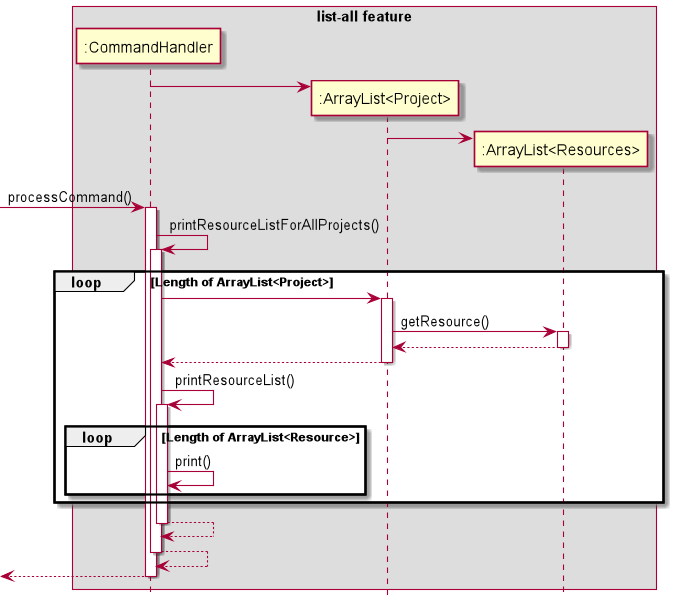
This is docs/puml_img/list-allfinal.png from s-t-e-f/tp, a PlantUML export, as it was before one commit.
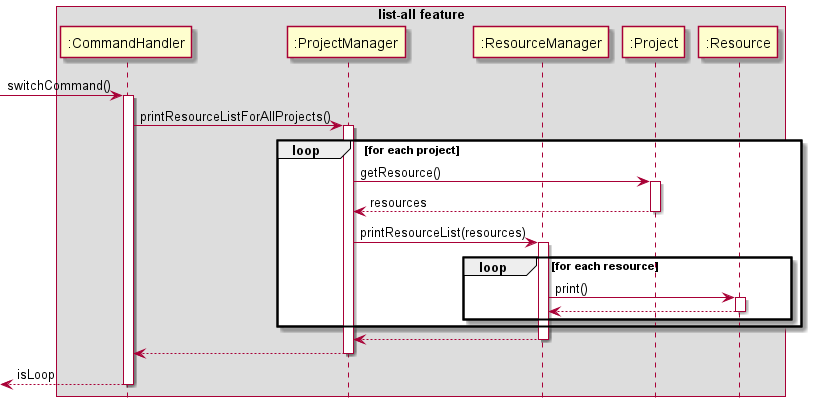
The same diagram one commit later.

Commit message:
Improve list-all sequence diagram.

The edit, as a diff of the source:
```diff
@@ -2,39 +2,31 @@
 hide footbox
 box list-all feature
 participant ":CommandHandler" as CH
-participant ":ArrayList<Project>" as PA
-participant ":ArrayList<Resources>" as RA
+participant ":ProjectManager" as PM
+participant ":ResourceManager" as RM
+participant ":Project" as P
+participant ":Resource" as R
 
-
-create PA
-CH -> PA
-
-create RA
-PA -> RA
-
-[-> CH: processCommand()
+[-> CH: switchCommand()
 activate CH
 
-CH -> CH: printResourceListForAllProjects()
-activate CH
+CH -> PM: printResourceListForAllProjects()
+activate PM
 
-loop Length of ArrayList<Project>
-    CH -> PA
-    activate PA
-    PA -> RA: getResource()
-    activate RA
-    return
-    return
-    CH -> CH: printResourceList()
-    activate CH
-    loop Length of ArrayList<Resource>
-        CH -> CH: print()
+loop for each project
+    PM -> P: getResource()
+    activate P
+    return resources
+    PM -> RM: printResourceList(resources)
+    activate RM
+    loop for each resource
+        RM->R: print()
+        activate R
+        return
     end
 end
-endbox
 return
 return
-
-return
+return isLoop
 
 @enduml
```
